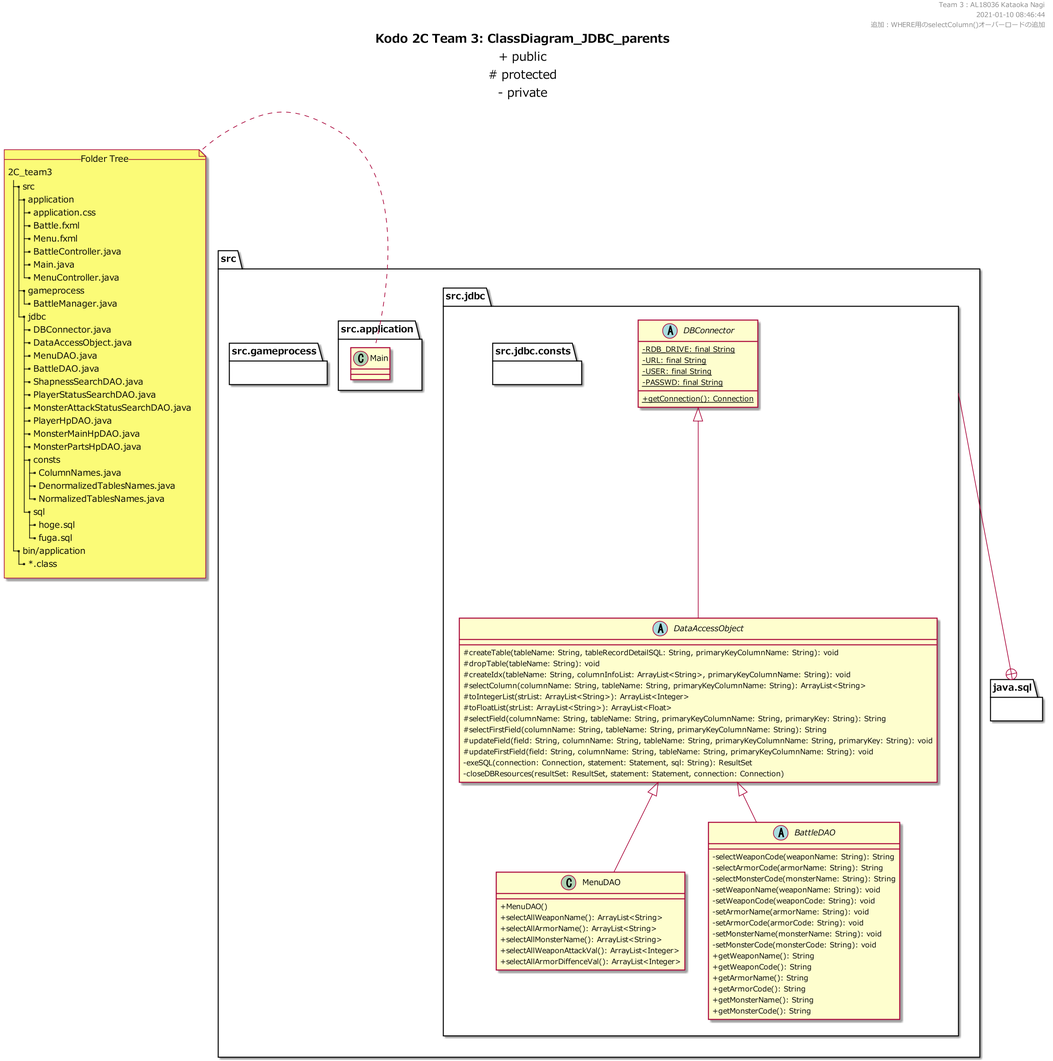
Earlier version of the PlantUML export uml/out/ClassDiagram_JDBC_parents.png (KataokaNagi/2C_team3).
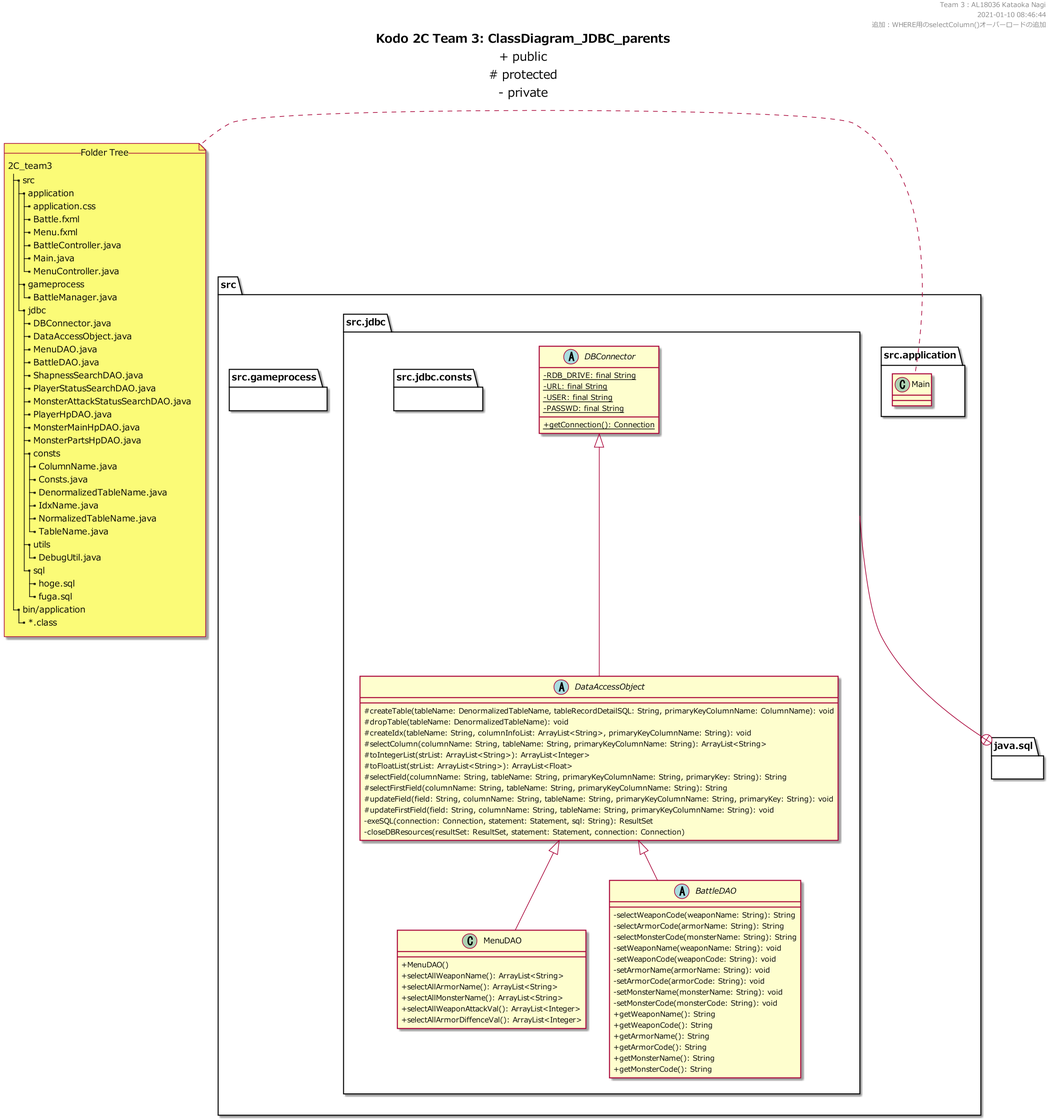
After the commit.

Diff of the diagram source:
```diff
@@ -55,9 +55,14 @@
       |_ MonsterMainHpDAO.java
       |_ MonsterPartsHpDAO.java
       |_ consts
-        |_ ColumnNames.java
-        |_ DenormalizedTablesNames.java
-        |_ NormalizedTablesNames.java
+        |_ ColumnName.java
+        |_ Consts.java
+        |_ DenormalizedTableName.java
+        |_ IdxName.java
+        |_ NormalizedTableName.java
+        |_ TableName.java
+      |_ utils
+        |_ DebugUtil.java
       |_ sql
         |_ hoge.sql
         |_ fuga.sql
@@ -102,8 +107,8 @@
   }
 
   abstract class DataAccessObject extends DBConnector {
-    # createTable(tableName: String, tableRecordDetailSQL: String, primaryKeyColumnName: String): void
-    # dropTable(tableName: String): void
+    # createTable(tableName: DenormalizedTableName, tableRecordDetailSQL: String, primaryKeyColumnName: ColumnName): void
+    # dropTable(tableName: DenormalizedTableName): void
     # createIdx(tableName: String, columnInfoList: ArrayList<String>, primaryKeyColumnName: String): void
     # selectColumn(columnName: String, tableName: String, primaryKeyColumnName: String): ArrayList<String>
     # toIntegerList(strList: ArrayList<String>): ArrayList<Integer>
```
